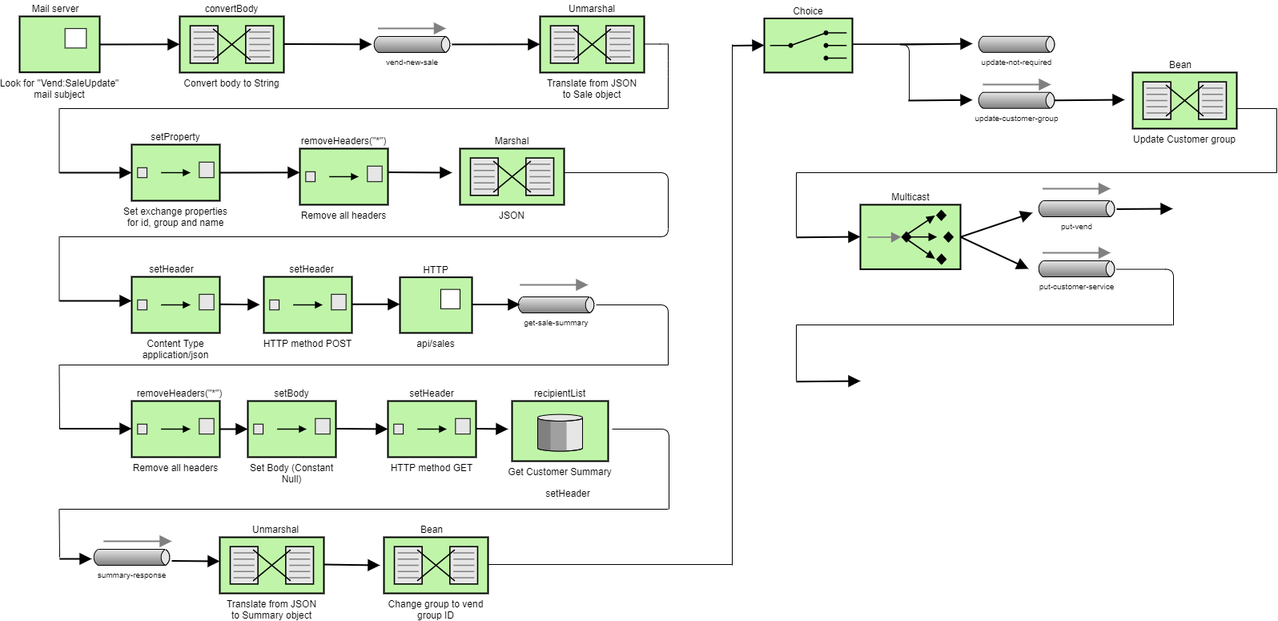
Above: SaleServiceEIP.png in hugonzb/CamelRouter-Project (draw.io), before the change. Source tidied: cells renumbered, new cells last; positions are measured from the earlier drawing's top-left corner, leaving out a move shared by most shapes.
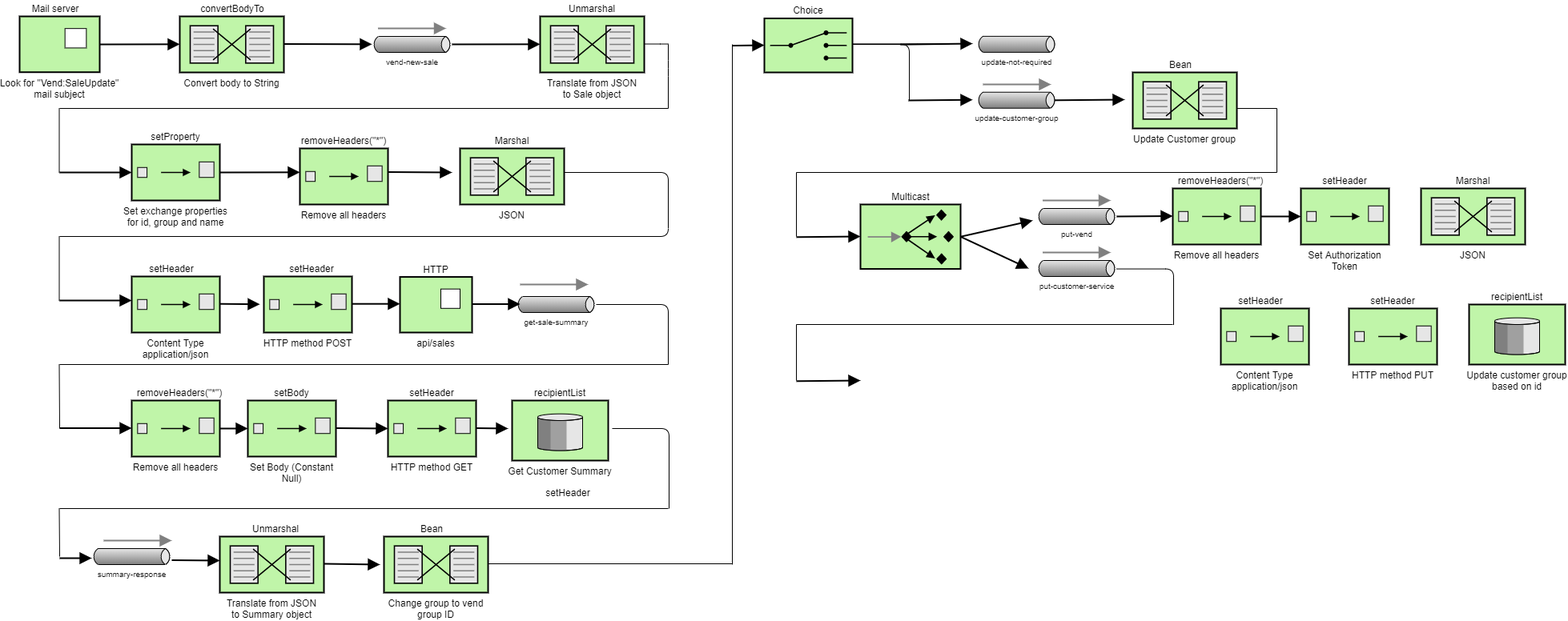
After the commit.

Commit message:
Updated Sale Service by adding PUT Vend route

What changed in the source:
```diff
@@ -130,8 +130,8 @@
     <mxCell id="26" value="setHeader" style="text;html=1;strokeColor=none;fillColor=none;align=center;verticalAlign=middle;whiteSpace=wrap;rounded=0;fontSize=12;" parent="1" vertex="1">
       <mxGeometry x="345" y="325" width="40" height="20" as="geometry" />
     </mxCell>
-    <mxCell id="27" value="convertBody" style="text;html=1;strokeColor=none;fillColor=none;align=center;verticalAlign=middle;whiteSpace=wrap;rounded=0;fontSize=12;" parent="1" vertex="1">
-      <mxGeometry x="230" width="70" height="20" as="geometry" />
+    <mxCell id="27" value="convertBodyTo" style="text;html=1;strokeColor=none;fillColor=none;align=center;verticalAlign=middle;whiteSpace=wrap;rounded=0;fontSize=12;" parent="1" vertex="1">
+      <mxGeometry x="231" width="70" height="20" as="geometry" />
     </mxCell>
     <mxCell id="28" value="api/sales" style="strokeWidth=2;dashed=0;align=center;fontSize=12;shape=rect;verticalLabelPosition=bottom;verticalAlign=top;fillColor=#c0f5a9;" parent="1" vertex="1">
       <mxGeometry x="475" y="345.6" width="90" height="69.4" as="geometry" />
@@ -441,14 +441,14 @@
       <mxGeometry x="1092.5" y="235" width="40" height="20" as="geometry" />
     </mxCell>
     <mxCell id="92" value="&lt;font size=&quot;1&quot;&gt;put-vend&lt;/font&gt;" style="strokeWidth=1;dashed=0;align=center;html=1;fontSize=8;shape=mxgraph.eip.messageChannel;verticalLabelPosition=bottom;labelBackgroundColor=#ffffff;verticalAlign=top;" parent="1" vertex="1">
-      <mxGeometry x="1270" y="250" width="100" height="20" as="geometry" />
+      <mxGeometry x="1270" y="260" width="100" height="20" as="geometry" />
     </mxCell>
     <mxCell id="93" value="&lt;font size=&quot;1&quot;&gt;put-customer-service&lt;/font&gt;" style="strokeWidth=1;dashed=0;align=center;html=1;fontSize=8;shape=mxgraph.eip.messageChannel;verticalLabelPosition=bottom;labelBackgroundColor=#ffffff;verticalAlign=top;" parent="1" vertex="1">
       <mxGeometry x="1270" y="325" width="100" height="20" as="geometry" />
     </mxCell>
     <mxCell id="94" style="edgeStyle=none;html=1;strokeColor=#000000;endArrow=block;endSize=10;dashed=0;verticalAlign=bottom;strokeWidth=2;exitX=1;exitY=0.5;exitDx=0;exitDy=0;exitPerimeter=0;" parent="1" edge="1" source="90">
       <mxGeometry relative="1" as="geometry">
-        <mxPoint x="1265" y="265" as="targetPoint" />
+        <mxPoint x="1265" y="275" as="targetPoint" />
       </mxGeometry>
     </mxCell>
     <mxCell id="95" style="edgeStyle=none;html=1;strokeColor=#000000;endArrow=block;endSize=10;dashed=0;verticalAlign=bottom;strokeWidth=2;exitX=1;exitY=0.5;exitDx=0;exitDy=0;exitPerimeter=0;" parent="1" edge="1" source="90">
@@ -458,10 +458,10 @@
     </mxCell>
     <mxCell id="96" style="edgeStyle=none;html=1;strokeColor=#808080;endArrow=block;endSize=10;dashed=0;verticalAlign=bottom;strokeWidth=2;" parent="1" edge="1">
       <mxGeometry relative="1" as="geometry">
-        <mxPoint x="1277.5" y="235" as="sourcePoint" />
-        <mxPoint x="1362.5" y="235" as="targetPoint" />
+        <mxPoint x="1277.5" y="250" as="sourcePoint" />
+        <mxPoint x="1362.5" y="250" as="targetPoint" />
         <Array as="points">
-          <mxPoint x="1332.5" y="235" />
+          <mxPoint x="1332.5" y="250" />
         </Array>
       </mxGeometry>
     </mxCell>
@@ -503,9 +503,51 @@
     </mxCell>
     <mxCell id="102" style="edgeStyle=none;html=1;strokeColor=#000000;endArrow=block;endSize=10;dashed=0;verticalAlign=bottom;strokeWidth=2;exitX=1;exitY=0.5;exitDx=0;exitDy=0;exitPerimeter=0;" parent="1" edge="1">
       <mxGeometry relative="1" as="geometry">
-        <mxPoint x="1370" y="260.5" as="sourcePoint" />
-        <mxPoint x="1440" y="260" as="targetPoint" />
+        <mxPoint x="1370" y="270" as="sourcePoint" />
+        <mxPoint x="1440" y="269.5" as="targetPoint" />
       </mxGeometry>
     </mxCell>
+    <mxCell id="103" value="Remove all headers" style="strokeWidth=2;dashed=0;align=center;fontSize=12;fillColor=#c0f5a9;verticalLabelPosition=bottom;verticalAlign=top;shape=mxgraph.eip.content_enricher;" parent="1" vertex="1">
+      <mxGeometry x="1440" y="235" width="110" height="70" as="geometry" />
+    </mxCell>
+    <mxCell id="104" value="removeHeaders(&quot;*&quot;)" style="text;html=1;strokeColor=none;fillColor=none;align=center;verticalAlign=middle;whiteSpace=wrap;rounded=0;fontSize=12;" parent="1" vertex="1">
+      <mxGeometry x="1480" y="215" width="40" height="20" as="geometry" />
+    </mxCell>
+    <mxCell id="105" value="Set Authorization&#10;Token" style="strokeWidth=2;dashed=0;align=center;fontSize=12;fillColor=#c0f5a9;verticalLabelPosition=bottom;verticalAlign=top;shape=mxgraph.eip.content_enricher;" parent="1" vertex="1">
+      <mxGeometry x="1600" y="235" width="110" height="70" as="geometry" />
+    </mxCell>
+    <mxCell id="106" value="setHeader" style="text;html=1;strokeColor=none;fillColor=none;align=center;verticalAlign=middle;whiteSpace=wrap;rounded=0;fontSize=12;" parent="1" vertex="1">
+      <mxGeometry x="1635" y="215" width="40" height="20" as="geometry" />
+    </mxCell>
+    <mxCell id="107" style="edgeStyle=none;html=1;strokeColor=#000000;endArrow=block;endSize=10;dashed=0;verticalAlign=bottom;strokeWidth=2;exitX=1;exitY=0.5;exitDx=0;exitDy=0;exitPerimeter=0;" parent="1" edge="1">
+      <mxGeometry relative="1" as="geometry">
+        <mxPoint x="1550" y="270" as="sourcePoint" />
+        <mxPoint x="1600" y="270" as="targetPoint" />
+      </mxGeometry>
+    </mxCell>
+    <mxCell id="108" value="Content Type&#10;application/json" style="strokeWidth=2;dashed=0;align=center;fontSize=12;fillColor=#c0f5a9;verticalLabelPosition=bottom;verticalAlign=top;shape=mxgraph.eip.content_enricher;" parent="1" vertex="1">
+      <mxGeometry x="1500" y="385" width="110" height="70" as="geometry" />
+    </mxCell>
+    <mxCell id="109" value="HTTP method PUT" style="strokeWidth=2;dashed=0;align=center;fontSize=12;fillColor=#c0f5a9;verticalLabelPosition=bottom;verticalAlign=top;shape=mxgraph.eip.content_enricher;" parent="1" vertex="1">
+      <mxGeometry x="1660" y="385" width="110" height="70" as="geometry" />
+    </mxCell>
+    <mxCell id="110" value="setHeader" style="text;html=1;strokeColor=none;fillColor=none;align=center;verticalAlign=middle;whiteSpace=wrap;rounded=0;fontSize=12;" parent="1" vertex="1">
+      <mxGeometry x="1530" y="365" width="40" height="20" as="geometry" />
+    </mxCell>
+    <mxCell id="111" value="setHeader" style="text;html=1;strokeColor=none;fillColor=none;align=center;verticalAlign=middle;whiteSpace=wrap;rounded=0;fontSize=12;" parent="1" vertex="1">
+      <mxGeometry x="1695" y="365" width="40" height="20" as="geometry" />
+    </mxCell>
+    <mxCell id="112" value="JSON" style="strokeWidth=2;dashed=0;align=center;fontSize=12;shape=mxgraph.eip.message_translator;fillColor=#c0f5a9;verticalLabelPosition=bottom;verticalAlign=top;labelPosition=center;" parent="1" vertex="1">
+      <mxGeometry x="1750" y="235" width="130" height="70" as="geometry" />
+    </mxCell>
+    <mxCell id="113" value="Marshal" style="text;html=1;strokeColor=none;fillColor=none;align=center;verticalAlign=middle;whiteSpace=wrap;rounded=0;fontSize=12;" parent="1" vertex="1">
+      <mxGeometry x="1795" y="215" width="40" height="20" as="geometry" />
+    </mxCell>
+    <mxCell id="114" value="Update customer group&#10;based on id" style="strokeWidth=2;dashed=0;align=center;fontSize=12;verticalLabelPosition=bottom;verticalAlign=top;shape=mxgraph.eip.message_store;fillColor=#c0f5a9;" parent="1" vertex="1">
+      <mxGeometry x="1810" y="380" width="120" height="75" as="geometry" />
+    </mxCell>
+    <mxCell id="115" value="recipientList" style="text;html=1;strokeColor=none;fillColor=none;align=center;verticalAlign=middle;whiteSpace=wrap;rounded=0;fontSize=12;" parent="1" vertex="1">
+      <mxGeometry x="1850" y="360" width="40" height="20" as="geometry" />
+    </mxCell>
   </root>
 </mxGraphModel>
```
